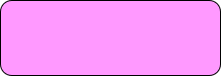
Earlier version of the draw.io export UI_Functions/Resources/Minimize_2.drawio.png (Mechanics-of-Orbit/MOPy). Source tidied: cells renumbered, new cells last; positions are measured from the earlier drawing's top-left corner, leaving out a move shared by most shapes.
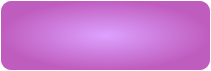
Later version of the same file.

What changed in the source:
```diff
@@ -2,8 +2,8 @@
   <root>
     <mxCell id="0" />
     <mxCell id="1" parent="0" />
-    <mxCell id="2" style="rounded=1;whiteSpace=wrap;html=1;fillColor=#FF99FF;" parent="1" vertex="1">
-      <mxGeometry width="220" height="75" as="geometry" />
+    <mxCell id="2" style="rounded=1;whiteSpace=wrap;html=1;strokeColor=#FFFFFF;fillColor=#DDA1FF;gradientColor=#BF5DBF;gradientDirection=radial;" parent="1" vertex="1">
+      <mxGeometry width="210" height="70" as="geometry" />
     </mxCell>
   </root>
 </mxGraphModel>
```
